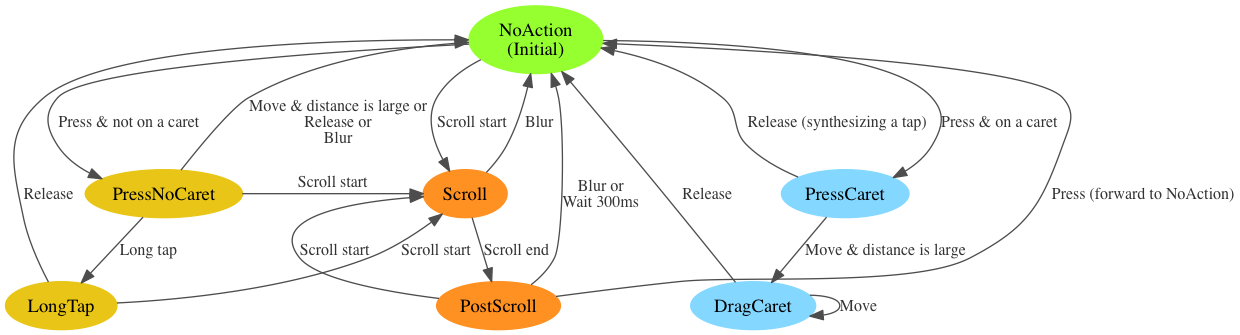
caugner/firefox-releases keeps this Graphviz diagram as layout/base/doc/AccessibleCaretEventHubStates.png. Above is the earlier version. Its source is kept beside it as layout/base/doc/AccessibleCaretEventHubStates.dot. The source it was exported from:
```dot

digraph event_hub_states {
  node [style=filled];
  edge [color="gray30", fontcolor="gray20", fontsize=12]

  NoAction [label="NoAction\n(Initial)"color="#96FF2F"];
  NoAction -> PressCaret [label="Press & on a caret"];
  NoAction -> PressNoCaret [label="Press & not on a caret"];
  NoAction -> Scroll [label="Scroll start"];

  PressCaret [color="#84D8FF"];
  PressCaret -> DragCaret [label="Move & distance is large"];
  PressCaret -> NoAction [label="Release (synthesizing a tap)"];

  DragCaret [color="#84D8FF"];
  DragCaret -> DragCaret [label="Move"];
  DragCaret -> NoAction [label="Release"];

  PressNoCaret [color="#E8C516"];
  PressNoCaret -> NoAction [label="Move & distance is large or\nRelease or\nBlur"];
  PressNoCaret -> LongTap [label="Long tap"];
  PressNoCaret -> Scroll [label="Scroll start", constraint=false];

  LongTap [color="#E8C516"]
  LongTap -> NoAction [label="Release"];
  LongTap -> Scroll [label="Scroll start", constraint=false];

  Scroll [color="#FF9022"]
  Scroll -> PostScroll [label="Scroll end"];
  Scroll -> NoAction [label="Blur"];

  PostScroll [color="#FF9022"]
  PostScroll -> Scroll [label="Scroll start"];
  PostScroll -> NoAction [label="Blur or\nWait 300ms"];
  PostScroll -> NoAction [label="Press (forward to NoAction)", constraint=false];
}
```
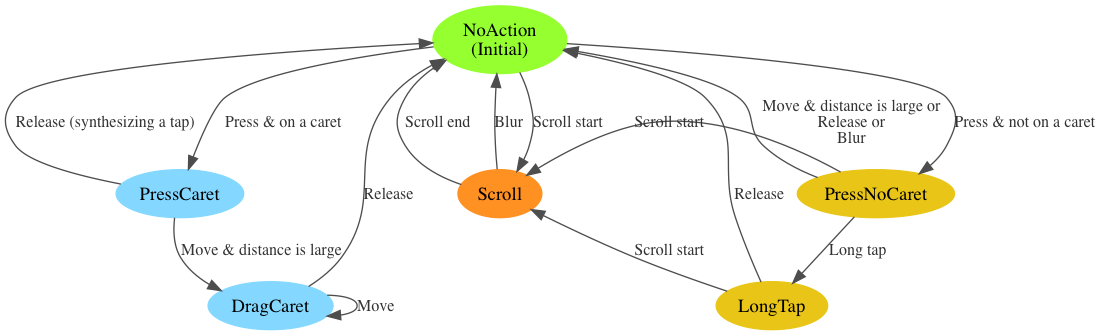
The same diagram one commit later.

The edit, as a diff of the source:
```diff
@@ -26,11 +26,6 @@
   LongTap -> Scroll [label="Scroll start", constraint=false];
 
   Scroll [color="#FF9022"]
-  Scroll -> PostScroll [label="Scroll end"];
+  Scroll -> NoAction [label="Scroll end"];
   Scroll -> NoAction [label="Blur"];
-
-  PostScroll [color="#FF9022"]
-  PostScroll -> Scroll [label="Scroll start"];
-  PostScroll -> NoAction [label="Blur or\nWait 300ms"];
-  PostScroll -> NoAction [label="Press (forward to NoAction)", constraint=false];
 }
```
